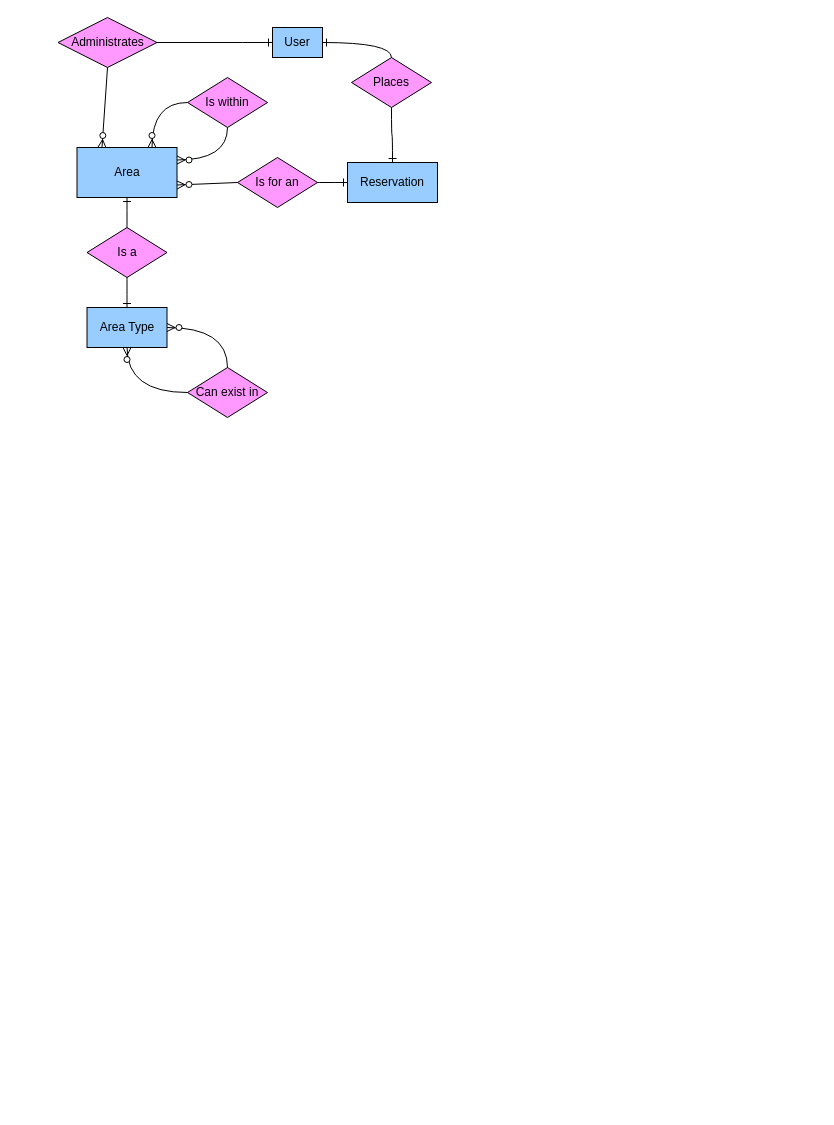
Above: page "Simple Diagram" (1 of 2) of docs/database diagram.drawio in odinguden/office-space-manager (draw.io), before the change. Source tidied: cells renumbered, new cells numbered last; positions are measured from the earlier drawing's top-left corner, leaving out a move shared by most shapes. Both pictures are drawn from the tidied source at 100%, with x=0, y=0 at pixel (57, 17).
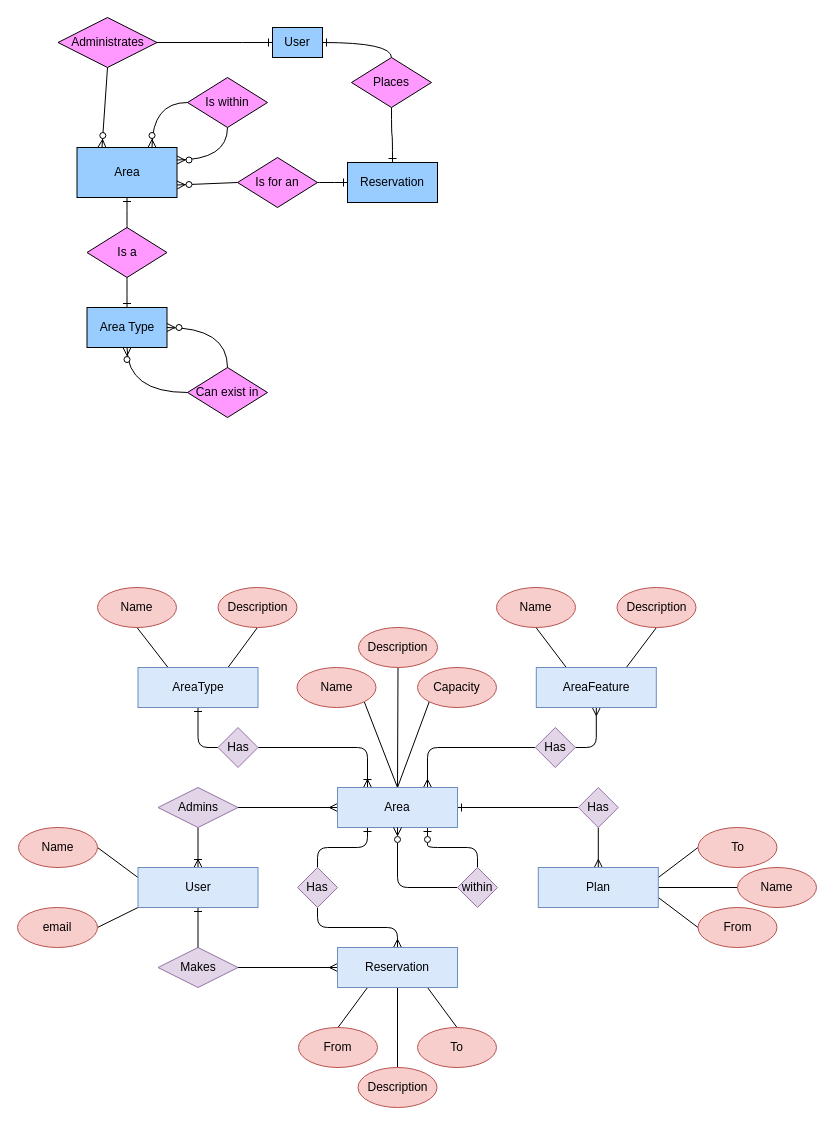
After the change.

The edit, as a diff of the source:
```diff
@@
+    <mxCell id="24" style="edgeStyle=orthogonalEdgeStyle;html=1;exitX=0.75;exitY=0;exitDx=0;exitDy=0;entryX=0;entryY=0.5;entryDx=0;entryDy=0;endArrow=none;endFill=0;startArrow=ERmany;startFill=0;" parent="1" edge="1" source="33" target="35">
+      <mxGeometry relative="1" as="geometry" />
+    </mxCell>
+    <mxCell id="25" style="edgeStyle=orthogonalEdgeStyle;html=1;exitX=0.25;exitY=0;exitDx=0;exitDy=0;entryX=1;entryY=0.5;entryDx=0;entryDy=0;endArrow=none;endFill=0;startArrow=ERoneToMany;startFill=0;" parent="1" edge="1" source="33" target="37">
+      <mxGeometry relative="1" as="geometry" />
+    </mxCell>
+    <mxCell id="26" style="edgeStyle=orthogonalEdgeStyle;html=1;exitX=0;exitY=0.5;exitDx=0;exitDy=0;entryX=1;entryY=0.5;entryDx=0;entryDy=0;endArrow=none;endFill=0;startArrow=ERmany;startFill=0;" parent="1" edge="1" source="33" target="43">
+      <mxGeometry relative="1" as="geometry" />
+    </mxCell>
+    <mxCell id="27" style="edgeStyle=orthogonalEdgeStyle;html=1;exitX=1;exitY=0.5;exitDx=0;exitDy=0;entryX=0;entryY=0.5;entryDx=0;entryDy=0;endArrow=none;endFill=0;startArrow=ERone;startFill=0;" parent="1" edge="1" source="33" target="41">
+      <mxGeometry relative="1" as="geometry" />
+    </mxCell>
+    <mxCell id="28" style="edgeStyle=orthogonalEdgeStyle;html=1;exitX=0.25;exitY=1;exitDx=0;exitDy=0;entryX=0.5;entryY=0;entryDx=0;entryDy=0;endArrow=none;endFill=0;startArrow=ERone;startFill=0;" parent="1" edge="1" source="33" target="39">
+      <mxGeometry relative="1" as="geometry" />
+    </mxCell>
+    <mxCell id="29" style="edgeStyle=orthogonalEdgeStyle;html=1;exitX=0.75;exitY=1;exitDx=0;exitDy=0;entryX=0.5;entryY=0;entryDx=0;entryDy=0;endArrow=none;endFill=0;startArrow=ERzeroToOne;startFill=0;" parent="1" edge="1" source="33" target="78">
+      <mxGeometry relative="1" as="geometry" />
+    </mxCell>
+    <mxCell id="30" style="edgeStyle=none;html=1;exitX=0.5;exitY=0;exitDx=0;exitDy=0;entryX=1;entryY=1;entryDx=0;entryDy=0;endArrow=none;endFill=0;" parent="1" edge="1" source="33" target="75">
+      <mxGeometry relative="1" as="geometry" />
+    </mxCell>
+    <mxCell id="31" style="edgeStyle=none;html=1;exitX=0.5;exitY=0;exitDx=0;exitDy=0;entryX=0.5;entryY=1;entryDx=0;entryDy=0;endArrow=none;endFill=0;" parent="1" edge="1" source="33" target="74">
+      <mxGeometry relative="1" as="geometry" />
+    </mxCell>
+    <mxCell id="32" style="edgeStyle=none;html=1;exitX=0.5;exitY=0;exitDx=0;exitDy=0;entryX=0;entryY=1;entryDx=0;entryDy=0;endArrow=none;endFill=0;" parent="1" edge="1" source="33" target="76">
+      <mxGeometry relative="1" as="geometry" />
+    </mxCell>
+    <mxCell id="33" value="Area" style="rounded=0;whiteSpace=wrap;html=1;fillColor=#dae8fc;strokeColor=#6c8ebf;" parent="1" vertex="1">
+      <mxGeometry x="280" y="770" width="120" height="40" as="geometry" />
+    </mxCell>
+    <mxCell id="34" style="edgeStyle=orthogonalEdgeStyle;html=1;exitX=1;exitY=0.5;exitDx=0;exitDy=0;entryX=0.5;entryY=1;entryDx=0;entryDy=0;endArrow=ERmany;endFill=0;" parent="1" edge="1" source="35" target="60">
+      <mxGeometry relative="1" as="geometry" />
+    </mxCell>
+    <mxCell id="35" value="Has" style="rhombus;whiteSpace=wrap;html=1;fillColor=#e1d5e7;strokeColor=#9673a6;" parent="1" vertex="1">
+      <mxGeometry x="477.8" y="710" width="40" height="40" as="geometry" />
+    </mxCell>
+    <mxCell id="36" style="edgeStyle=orthogonalEdgeStyle;html=1;exitX=0;exitY=0.5;exitDx=0;exitDy=0;entryX=0.5;entryY=1;entryDx=0;entryDy=0;endArrow=ERone;endFill=0;" parent="1" edge="1" source="37" target="63">
+      <mxGeometry relative="1" as="geometry" />
+    </mxCell>
+    <mxCell id="37" value="Has" style="rhombus;whiteSpace=wrap;html=1;fillColor=#e1d5e7;strokeColor=#9673a6;" parent="1" vertex="1">
+      <mxGeometry x="160.5" y="710" width="40" height="40" as="geometry" />
+    </mxCell>
+    <mxCell id="38" style="edgeStyle=orthogonalEdgeStyle;html=1;exitX=0.5;exitY=1;exitDx=0;exitDy=0;entryX=0.5;entryY=0;entryDx=0;entryDy=0;endArrow=ERmany;endFill=0;" parent="1" edge="1" source="39" target="53">
+      <mxGeometry relative="1" as="geometry" />
+    </mxCell>
+    <mxCell id="39" value="Has" style="rhombus;whiteSpace=wrap;html=1;fillColor=#e1d5e7;strokeColor=#9673a6;" parent="1" vertex="1">
+      <mxGeometry x="240" y="850" width="40" height="40" as="geometry" />
+    </mxCell>
+    <mxCell id="40" style="edgeStyle=orthogonalEdgeStyle;html=1;exitX=0.5;exitY=1;exitDx=0;exitDy=0;entryX=0.5;entryY=0;entryDx=0;entryDy=0;endArrow=ERmany;endFill=0;" parent="1" edge="1" source="41" target="57">
+      <mxGeometry relative="1" as="geometry" />
+    </mxCell>
+    <mxCell id="41" value="Has" style="rhombus;whiteSpace=wrap;html=1;fillColor=#e1d5e7;strokeColor=#9673a6;" parent="1" vertex="1">
+      <mxGeometry x="520.8" y="770" width="40" height="40" as="geometry" />
+    </mxCell>
+    <mxCell id="42" style="edgeStyle=orthogonalEdgeStyle;html=1;exitX=0.5;exitY=1;exitDx=0;exitDy=0;entryX=0.5;entryY=0;entryDx=0;entryDy=0;endArrow=ERoneToMany;endFill=0;" parent="1" edge="1" source="43" target="49">
+      <mxGeometry relative="1" as="geometry" />
+    </mxCell>
+    <mxCell id="43" value="Admins" style="rhombus;whiteSpace=wrap;html=1;fillColor=#e1d5e7;strokeColor=#9673a6;" parent="1" vertex="1">
+      <mxGeometry x="100.5" y="770" width="80" height="40" as="geometry" />
+    </mxCell>
+    <mxCell id="44" style="edgeStyle=orthogonalEdgeStyle;html=1;exitX=1;exitY=0.5;exitDx=0;exitDy=0;entryX=0;entryY=0.5;entryDx=0;entryDy=0;startArrow=none;startFill=0;endArrow=ERmany;endFill=0;" parent="1" edge="1" source="45" target="53">
+      <mxGeometry relative="1" as="geometry" />
+    </mxCell>
+    <mxCell id="45" value="Makes" style="rhombus;whiteSpace=wrap;html=1;fillColor=#e1d5e7;strokeColor=#9673a6;" parent="1" vertex="1">
+      <mxGeometry x="100.5" y="930" width="80" height="40" as="geometry" />
+    </mxCell>
+    <mxCell id="46" style="edgeStyle=orthogonalEdgeStyle;html=1;exitX=0.5;exitY=1;exitDx=0;exitDy=0;entryX=0.5;entryY=0;entryDx=0;entryDy=0;endArrow=none;endFill=0;startArrow=ERone;startFill=0;" parent="1" edge="1" source="49" target="45">
+      <mxGeometry relative="1" as="geometry" />
+    </mxCell>
+    <mxCell id="47" style="edgeStyle=none;html=1;exitX=0;exitY=0.25;exitDx=0;exitDy=0;entryX=1;entryY=0.5;entryDx=0;entryDy=0;endArrow=none;endFill=0;" parent="1" edge="1" source="49" target="64">
+      <mxGeometry relative="1" as="geometry" />
+    </mxCell>
+    <mxCell id="48" style="edgeStyle=none;html=1;exitX=0;exitY=1;exitDx=0;exitDy=0;entryX=1;entryY=0.5;entryDx=0;entryDy=0;endArrow=none;endFill=0;" parent="1" edge="1" source="49" target="65">
+      <mxGeometry relative="1" as="geometry" />
+    </mxCell>
+    <mxCell id="49" value="User" style="rounded=0;whiteSpace=wrap;html=1;fillColor=#dae8fc;strokeColor=#6c8ebf;" parent="1" vertex="1">
+      <mxGeometry x="80.5" y="850" width="120" height="40" as="geometry" />
+    </mxCell>
+    <mxCell id="50" style="edgeStyle=none;html=1;exitX=0.25;exitY=1;exitDx=0;exitDy=0;entryX=0.5;entryY=0;entryDx=0;entryDy=0;endArrow=none;endFill=0;" parent="1" edge="1" source="53" target="66">
+      <mxGeometry relative="1" as="geometry" />
+    </mxCell>
+    <mxCell id="51" style="edgeStyle=none;html=1;exitX=0.75;exitY=1;exitDx=0;exitDy=0;entryX=0.5;entryY=0;entryDx=0;entryDy=0;endArrow=none;endFill=0;" parent="1" edge="1" source="53" target="67">
+      <mxGeometry relative="1" as="geometry" />
+    </mxCell>
+    <mxCell id="52" style="edgeStyle=none;html=1;exitX=0.5;exitY=1;exitDx=0;exitDy=0;entryX=0.5;entryY=0;entryDx=0;entryDy=0;endArrow=none;endFill=0;" parent="1" edge="1" source="53" target="80">
+      <mxGeometry relative="1" as="geometry" />
+    </mxCell>
+    <mxCell id="53" value="Reservation" style="rounded=0;whiteSpace=wrap;html=1;fillColor=#dae8fc;strokeColor=#6c8ebf;" parent="1" vertex="1">
+      <mxGeometry x="280" y="930" width="120" height="40" as="geometry" />
+    </mxCell>
+    <mxCell id="54" style="edgeStyle=none;html=1;exitX=1;exitY=0.25;exitDx=0;exitDy=0;entryX=0;entryY=0.5;entryDx=0;entryDy=0;endArrow=none;endFill=0;" parent="1" edge="1" source="57" target="73">
+      <mxGeometry relative="1" as="geometry" />
+    </mxCell>
+    <mxCell id="55" style="edgeStyle=none;html=1;exitX=1;exitY=0.75;exitDx=0;exitDy=0;entryX=0;entryY=0.5;entryDx=0;entryDy=0;endArrow=none;endFill=0;" parent="1" edge="1" source="57" target="72">
+      <mxGeometry relative="1" as="geometry" />
+    </mxCell>
+    <mxCell id="56" style="edgeStyle=none;html=1;exitX=1;exitY=0.5;exitDx=0;exitDy=0;entryX=0;entryY=0.5;entryDx=0;entryDy=0;endArrow=none;endFill=0;" parent="1" edge="1" source="57" target="79">
+      <mxGeometry relative="1" as="geometry" />
+    </mxCell>
+    <mxCell id="57" value="Plan" style="rounded=0;whiteSpace=wrap;html=1;fillColor=#dae8fc;strokeColor=#6c8ebf;" parent="1" vertex="1">
+      <mxGeometry x="480.8" y="850" width="120" height="40" as="geometry" />
+    </mxCell>
+    <mxCell id="58" style="edgeStyle=none;html=1;exitX=0.25;exitY=0;exitDx=0;exitDy=0;entryX=0.5;entryY=1;entryDx=0;entryDy=0;endArrow=none;endFill=0;" parent="1" edge="1" source="60" target="70">
+      <mxGeometry relative="1" as="geometry" />
+    </mxCell>
+    <mxCell id="59" style="edgeStyle=none;html=1;exitX=0.75;exitY=0;exitDx=0;exitDy=0;entryX=0.5;entryY=1;entryDx=0;entryDy=0;endArrow=none;endFill=0;" parent="1" edge="1" source="60" target="71">
+      <mxGeometry relative="1" as="geometry" />
+    </mxCell>
+    <mxCell id="60" value="AreaFeature" style="rounded=0;whiteSpace=wrap;html=1;fillColor=#dae8fc;strokeColor=#6c8ebf;" parent="1" vertex="1">
+      <mxGeometry x="478.8" y="650" width="120" height="40" as="geometry" />
+    </mxCell>
+    <mxCell id="61" style="edgeStyle=none;html=1;exitX=0.75;exitY=0;exitDx=0;exitDy=0;entryX=0.5;entryY=1;entryDx=0;entryDy=0;endArrow=none;endFill=0;" parent="1" edge="1" source="63" target="69">
+      <mxGeometry relative="1" as="geometry" />
+    </mxCell>
+    <mxCell id="62" style="edgeStyle=none;html=1;exitX=0.25;exitY=0;exitDx=0;exitDy=0;entryX=0.5;entryY=1;entryDx=0;entryDy=0;endArrow=none;endFill=0;" parent="1" edge="1" source="63" target="68">
+      <mxGeometry relative="1" as="geometry" />
+    </mxCell>
+    <mxCell id="63" value="AreaType" style="rounded=0;whiteSpace=wrap;html=1;fillColor=#dae8fc;strokeColor=#6c8ebf;" parent="1" vertex="1">
+      <mxGeometry x="80.5" y="650" width="120" height="40" as="geometry" />
+    </mxCell>
+    <mxCell id="64" value="Name" style="ellipse;whiteSpace=wrap;html=1;fillColor=#f8cecc;strokeColor=#b85450;" parent="1" vertex="1">
+      <mxGeometry x="-39" y="810" width="79" height="40" as="geometry" />
+    </mxCell>
+    <mxCell id="65" value="email" style="ellipse;whiteSpace=wrap;html=1;fillColor=#f8cecc;strokeColor=#b85450;" parent="1" vertex="1">
+      <mxGeometry x="-40" y="890" width="80" height="40" as="geometry" />
+    </mxCell>
+    <mxCell id="66" value="From" style="ellipse;whiteSpace=wrap;html=1;fillColor=#f8cecc;strokeColor=#b85450;" parent="1" vertex="1">
+      <mxGeometry x="241" y="1010" width="79" height="40" as="geometry" />
+    </mxCell>
+    <mxCell id="67" value="To" style="ellipse;whiteSpace=wrap;html=1;fillColor=#f8cecc;strokeColor=#b85450;" parent="1" vertex="1">
+      <mxGeometry x="360" y="1010" width="79" height="40" as="geometry" />
+    </mxCell>
+    <mxCell id="68" value="Name" style="ellipse;whiteSpace=wrap;html=1;fillColor=#f8cecc;strokeColor=#b85450;" parent="1" vertex="1">
+      <mxGeometry x="40" y="570" width="79" height="40" as="geometry" />
+    </mxCell>
+    <mxCell id="69" value="Description" style="ellipse;whiteSpace=wrap;html=1;fillColor=#f8cecc;strokeColor=#b85450;" parent="1" vertex="1">
+      <mxGeometry x="160.5" y="570" width="79" height="40" as="geometry" />
+    </mxCell>
+    <mxCell id="70" value="Name" style="ellipse;whiteSpace=wrap;html=1;fillColor=#f8cecc;strokeColor=#b85450;" parent="1" vertex="1">
+      <mxGeometry x="439" y="570" width="79" height="40" as="geometry" />
+    </mxCell>
+    <mxCell id="71" value="Description" style="ellipse;whiteSpace=wrap;html=1;fillColor=#f8cecc;strokeColor=#b85450;" parent="1" vertex="1">
+      <mxGeometry x="559.5" y="570" width="79" height="40" as="geometry" />
+    </mxCell>
+    <mxCell id="72" value="From" style="ellipse;whiteSpace=wrap;html=1;fillColor=#f8cecc;strokeColor=#b85450;" parent="1" vertex="1">
+      <mxGeometry x="640.5" y="890" width="79" height="40" as="geometry" />
+    </mxCell>
+    <mxCell id="73" value="To" style="ellipse;whiteSpace=wrap;html=1;fillColor=#f8cecc;strokeColor=#b85450;" parent="1" vertex="1">
+      <mxGeometry x="640.5" y="810" width="79" height="40" as="geometry" />
+    </mxCell>
+    <mxCell id="74" value="Description" style="ellipse;whiteSpace=wrap;html=1;fillColor=#f8cecc;strokeColor=#b85450;" parent="1" vertex="1">
+      <mxGeometry x="301" y="610" width="79" height="40" as="geometry" />
+    </mxCell>
+    <mxCell id="75" value="Name" style="ellipse;whiteSpace=wrap;html=1;fillColor=#f8cecc;strokeColor=#b85450;" parent="1" vertex="1">
+      <mxGeometry x="239.5" y="650" width="79" height="40" as="geometry" />
+    </mxCell>
+    <mxCell id="76" value="Capacity" style="ellipse;whiteSpace=wrap;html=1;fillColor=#f8cecc;strokeColor=#b85450;" parent="1" vertex="1">
+      <mxGeometry x="360" y="650" width="79" height="40" as="geometry" />
+    </mxCell>
+    <mxCell id="77" style="edgeStyle=orthogonalEdgeStyle;html=1;exitX=0;exitY=0.5;exitDx=0;exitDy=0;entryX=0.5;entryY=1;entryDx=0;entryDy=0;endArrow=ERzeroToMany;endFill=0;" parent="1" edge="1" source="78" target="33">
+      <mxGeometry relative="1" as="geometry" />
+    </mxCell>
+    <mxCell id="78" value="within" style="rhombus;whiteSpace=wrap;html=1;fillColor=#e1d5e7;strokeColor=#9673a6;" parent="1" vertex="1">
+      <mxGeometry x="400" y="850" width="40" height="40" as="geometry" />
+    </mxCell>
+    <mxCell id="79" value="Name" style="ellipse;whiteSpace=wrap;html=1;fillColor=#f8cecc;strokeColor=#b85450;" parent="1" vertex="1">
+      <mxGeometry x="680" y="850" width="79" height="40" as="geometry" />
+    </mxCell>
+    <mxCell id="80" value="Description" style="ellipse;whiteSpace=wrap;html=1;fillColor=#f8cecc;strokeColor=#b85450;" parent="1" vertex="1">
+      <mxGeometry x="300.5" y="1050" width="79" height="40" as="geometry" />
+    </mxCell>
```
